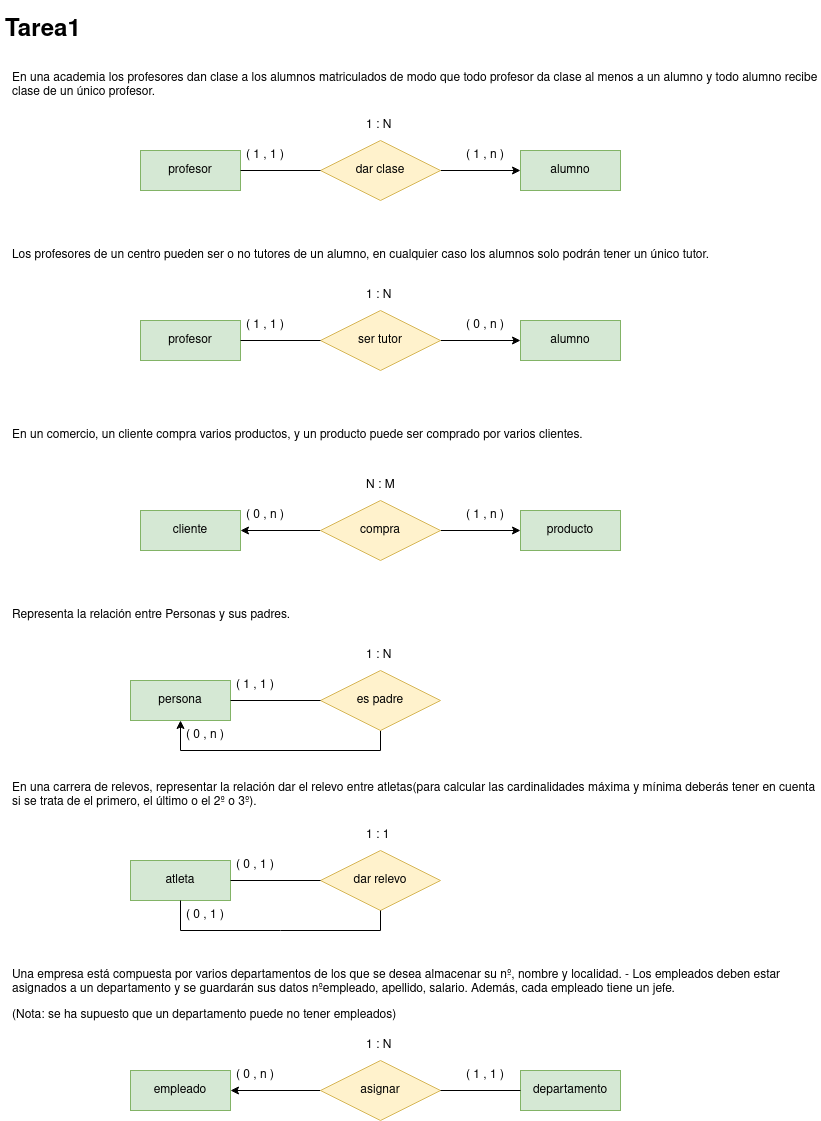
Above: tareasER/tarea1.png in javigh193/bae (draw.io), before the change. Source tidied: cells renumbered, new cells last; positions are measured from the earlier drawing's top-left corner, leaving out a move shared by most shapes. Source of this version:
```xml
<mxGraphModel>
  <root>
    <mxCell id="0" />
    <mxCell id="1" parent="0" />
    <mxCell id="2" value="&lt;h1&gt;Tarea1&lt;br&gt;&lt;/h1&gt;" style="text;html=1;strokeColor=none;fillColor=none;spacing=5;spacingTop=-20;whiteSpace=wrap;overflow=hidden;rounded=0;" parent="1" vertex="1">
      <mxGeometry width="810" height="40" as="geometry" />
    </mxCell>
    <mxCell id="3" value="En una academia los profesores dan clase a los alumnos matriculados de modo que todo profesor da clase al menos a un alumno y todo alumno recibe clase de un único profesor." style="text;html=1;strokeColor=none;fillColor=none;align=left;verticalAlign=middle;whiteSpace=wrap;rounded=0;" parent="1" vertex="1">
      <mxGeometry x="10" y="40" width="810" height="70" as="geometry" />
    </mxCell>
    <mxCell id="4" value="profesor" style="whiteSpace=wrap;html=1;align=center;fillColor=#d5e8d4;strokeColor=#82b366;" parent="1" vertex="1">
      <mxGeometry x="140" y="140" width="100" height="40" as="geometry" />
    </mxCell>
    <mxCell id="5" value="alumno" style="whiteSpace=wrap;html=1;align=center;fillColor=#d5e8d4;strokeColor=#82b366;" parent="1" vertex="1">
      <mxGeometry x="520" y="140" width="100" height="40" as="geometry" />
    </mxCell>
    <mxCell id="6" style="edgeStyle=orthogonalEdgeStyle;rounded=0;jettySize=auto;html=1;entryX=0;entryY=0.5;entryDx=0;entryDy=0;" parent="1" edge="1" source="7" target="5">
      <mxGeometry relative="1" as="geometry" />
    </mxCell>
    <mxCell id="7" value="dar clase" style="shape=rhombus;perimeter=rhombusPerimeter;whiteSpace=wrap;html=1;align=center;fillColor=#fff2cc;strokeColor=#d6b656;" parent="1" vertex="1">
      <mxGeometry x="320" y="130" width="120" height="60" as="geometry" />
    </mxCell>
    <mxCell id="8" style="endArrow=none;html=1;rounded=0;exitX=0;exitY=0.5;exitDx=0;exitDy=0;entryX=1;entryY=0.5;entryDx=0;entryDy=0;" parent="1" edge="1" source="7" target="4">
      <mxGeometry relative="1" as="geometry" />
    </mxCell>
    <mxCell id="9" value="( 1 , n )" style="text;strokeColor=none;fillColor=none;spacingLeft=4;spacingRight=4;overflow=hidden;fontSize=12;" parent="1" vertex="1">
      <mxGeometry x="460" y="130" width="60" height="30" as="geometry" />
    </mxCell>
    <mxCell id="10" value="( 1 , 1 )" style="text;strokeColor=none;fillColor=none;spacingLeft=4;spacingRight=4;overflow=hidden;fontSize=12;" parent="1" vertex="1">
      <mxGeometry x="240" y="130" width="60" height="30" as="geometry" />
    </mxCell>
    <mxCell id="11" value="1 : N" style="text;strokeColor=none;fillColor=none;spacingLeft=4;spacingRight=4;overflow=hidden;fontSize=12;" parent="1" vertex="1">
      <mxGeometry x="360" y="100" width="40" height="30" as="geometry" />
    </mxCell>
    <mxCell id="12" value="Los profesores de un centro pueden ser o no tutores de un alumno, en cualquier caso los alumnos solo podrán tener un único tutor." style="text;html=1;strokeColor=none;fillColor=none;align=left;verticalAlign=middle;whiteSpace=wrap;rounded=0;" parent="1" vertex="1">
      <mxGeometry x="10" y="210" width="810" height="70" as="geometry" />
    </mxCell>
    <mxCell id="13" value="profesor" style="whiteSpace=wrap;html=1;align=center;fillColor=#d5e8d4;strokeColor=#82b366;" parent="1" vertex="1">
      <mxGeometry x="140" y="310" width="100" height="40" as="geometry" />
    </mxCell>
    <mxCell id="14" value="alumno" style="whiteSpace=wrap;html=1;align=center;fillColor=#d5e8d4;strokeColor=#82b366;" parent="1" vertex="1">
      <mxGeometry x="520" y="310" width="100" height="40" as="geometry" />
    </mxCell>
    <mxCell id="15" style="edgeStyle=orthogonalEdgeStyle;rounded=0;jettySize=auto;html=1;entryX=0;entryY=0.5;entryDx=0;entryDy=0;" parent="1" edge="1" source="16" target="14">
      <mxGeometry relative="1" as="geometry" />
    </mxCell>
    <mxCell id="16" value="ser tutor" style="shape=rhombus;perimeter=rhombusPerimeter;whiteSpace=wrap;html=1;align=center;fillColor=#fff2cc;strokeColor=#d6b656;" parent="1" vertex="1">
      <mxGeometry x="320" y="300" width="120" height="60" as="geometry" />
    </mxCell>
    <mxCell id="17" style="endArrow=none;html=1;rounded=0;exitX=1;exitY=0.5;exitDx=0;exitDy=0;entryX=0;entryY=0.5;entryDx=0;entryDy=0;" parent="1" edge="1" source="13" target="16">
      <mxGeometry relative="1" as="geometry" />
    </mxCell>
    <mxCell id="18" value="( 0 , n )" style="text;strokeColor=none;fillColor=none;spacingLeft=4;spacingRight=4;overflow=hidden;fontSize=12;" parent="1" vertex="1">
      <mxGeometry x="460" y="300" width="60" height="30" as="geometry" />
    </mxCell>
    <mxCell id="19" value="( 1 , 1 )" style="text;strokeColor=none;fillColor=none;spacingLeft=4;spacingRight=4;overflow=hidden;fontSize=12;" parent="1" vertex="1">
      <mxGeometry x="240" y="300" width="60" height="30" as="geometry" />
    </mxCell>
    <mxCell id="20" value="1 : N" style="text;strokeColor=none;fillColor=none;spacingLeft=4;spacingRight=4;overflow=hidden;fontSize=12;" parent="1" vertex="1">
      <mxGeometry x="360" y="270" width="40" height="30" as="geometry" />
    </mxCell>
    <mxCell id="21" value="En un comercio, un cliente compra varios productos, y un producto puede ser comprado por varios clientes." style="text;html=1;strokeColor=none;fillColor=none;align=left;verticalAlign=middle;whiteSpace=wrap;rounded=0;" parent="1" vertex="1">
      <mxGeometry x="10" y="390" width="810" height="70" as="geometry" />
    </mxCell>
    <mxCell id="22" value="cliente" style="whiteSpace=wrap;html=1;align=center;fillColor=#d5e8d4;strokeColor=#82b366;" parent="1" vertex="1">
      <mxGeometry x="140" y="500" width="100" height="40" as="geometry" />
    </mxCell>
    <mxCell id="23" value="producto" style="whiteSpace=wrap;html=1;align=center;fillColor=#d5e8d4;strokeColor=#82b366;" parent="1" vertex="1">
      <mxGeometry x="520" y="500" width="100" height="40" as="geometry" />
    </mxCell>
    <mxCell id="24" style="edgeStyle=orthogonalEdgeStyle;rounded=0;jettySize=auto;html=1;entryX=0;entryY=0.5;entryDx=0;entryDy=0;" parent="1" edge="1" source="26" target="23">
      <mxGeometry relative="1" as="geometry" />
    </mxCell>
    <mxCell id="25" style="edgeStyle=orthogonalEdgeStyle;rounded=0;jettySize=auto;html=1;" parent="1" edge="1" source="26" target="22">
      <mxGeometry relative="1" as="geometry" />
    </mxCell>
    <mxCell id="26" value="compra" style="shape=rhombus;perimeter=rhombusPerimeter;whiteSpace=wrap;html=1;align=center;fillColor=#fff2cc;strokeColor=#d6b656;" parent="1" vertex="1">
      <mxGeometry x="320" y="490" width="120" height="60" as="geometry" />
    </mxCell>
    <mxCell id="27" value="( 1 , n )" style="text;strokeColor=none;fillColor=none;spacingLeft=4;spacingRight=4;overflow=hidden;fontSize=12;" parent="1" vertex="1">
      <mxGeometry x="460" y="490" width="60" height="30" as="geometry" />
    </mxCell>
    <mxCell id="28" value="( 0 , n )" style="text;strokeColor=none;fillColor=none;spacingLeft=4;spacingRight=4;overflow=hidden;fontSize=12;" parent="1" vertex="1">
      <mxGeometry x="240" y="490" width="60" height="30" as="geometry" />
    </mxCell>
    <mxCell id="29" value="N : M" style="text;strokeColor=none;fillColor=none;spacingLeft=4;spacingRight=4;overflow=hidden;fontSize=12;" parent="1" vertex="1">
      <mxGeometry x="360" y="460" width="40" height="30" as="geometry" />
    </mxCell>
    <mxCell id="30" value="Representa la relación entre Personas y sus padres." style="text;html=1;strokeColor=none;fillColor=none;align=left;verticalAlign=middle;whiteSpace=wrap;rounded=0;" parent="1" vertex="1">
      <mxGeometry x="10" y="570" width="810" height="70" as="geometry" />
    </mxCell>
    <mxCell id="31" value="persona" style="whiteSpace=wrap;html=1;align=center;fillColor=#d5e8d4;strokeColor=#82b366;" parent="1" vertex="1">
      <mxGeometry x="130" y="670" width="100" height="40" as="geometry" />
    </mxCell>
    <mxCell id="32" style="edgeStyle=orthogonalEdgeStyle;rounded=0;jettySize=auto;html=1;entryX=0.5;entryY=1;entryDx=0;entryDy=0;" parent="1" edge="1" source="33" target="31">
      <mxGeometry relative="1" as="geometry">
        <Array as="points">
          <mxPoint x="380" y="740" />
          <mxPoint x="180" y="740" />
        </Array>
      </mxGeometry>
    </mxCell>
    <mxCell id="33" value="es padre " style="shape=rhombus;perimeter=rhombusPerimeter;whiteSpace=wrap;html=1;align=center;fillColor=#fff2cc;strokeColor=#d6b656;" parent="1" vertex="1">
      <mxGeometry x="320" y="660" width="120" height="60" as="geometry" />
    </mxCell>
    <mxCell id="34" style="endArrow=none;html=1;rounded=0;exitX=0;exitY=0.5;exitDx=0;exitDy=0;entryX=1;entryY=0.5;entryDx=0;entryDy=0;" parent="1" edge="1" source="33" target="31">
      <mxGeometry relative="1" as="geometry" />
    </mxCell>
    <mxCell id="35" value="( 0 , n )" style="text;strokeColor=none;fillColor=none;spacingLeft=4;spacingRight=4;overflow=hidden;fontSize=12;" parent="1" vertex="1">
      <mxGeometry x="180" y="710" width="60" height="30" as="geometry" />
    </mxCell>
    <mxCell id="36" value="( 1 , 1 )" style="text;strokeColor=none;fillColor=none;spacingLeft=4;spacingRight=4;overflow=hidden;fontSize=12;" parent="1" vertex="1">
      <mxGeometry x="230" y="660" width="60" height="30" as="geometry" />
    </mxCell>
    <mxCell id="37" value="1 : N" style="text;strokeColor=none;fillColor=none;spacingLeft=4;spacingRight=4;overflow=hidden;fontSize=12;" parent="1" vertex="1">
      <mxGeometry x="360" y="630" width="40" height="30" as="geometry" />
    </mxCell>
    <mxCell id="38" value="En una carrera de relevos, representar la relación dar el relevo entre atletas(para calcular las cardinalidades máxima y mínima deberás tener en cuenta si se trata de el primero, el último o el 2º o 3º)." style="text;html=1;strokeColor=none;fillColor=none;align=left;verticalAlign=middle;whiteSpace=wrap;rounded=0;" parent="1" vertex="1">
      <mxGeometry x="10" y="750" width="810" height="70" as="geometry" />
    </mxCell>
    <mxCell id="39" value="atleta" style="whiteSpace=wrap;html=1;align=center;fillColor=#d5e8d4;strokeColor=#82b366;" parent="1" vertex="1">
      <mxGeometry x="130" y="850" width="100" height="40" as="geometry" />
    </mxCell>
    <mxCell id="40" value="dar relevo" style="shape=rhombus;perimeter=rhombusPerimeter;whiteSpace=wrap;html=1;align=center;fillColor=#fff2cc;strokeColor=#d6b656;" parent="1" vertex="1">
      <mxGeometry x="320" y="840" width="120" height="60" as="geometry" />
    </mxCell>
    <mxCell id="41" style="endArrow=none;html=1;rounded=0;exitX=0;exitY=0.5;exitDx=0;exitDy=0;entryX=1;entryY=0.5;entryDx=0;entryDy=0;" parent="1" edge="1" source="40" target="39">
      <mxGeometry relative="1" as="geometry" />
    </mxCell>
    <mxCell id="42" value="( 0 , 1 )" style="text;strokeColor=none;fillColor=none;spacingLeft=4;spacingRight=4;overflow=hidden;fontSize=12;" parent="1" vertex="1">
      <mxGeometry x="230" y="840" width="60" height="30" as="geometry" />
    </mxCell>
    <mxCell id="43" value="( 0 , 1 )" style="text;strokeColor=none;fillColor=none;spacingLeft=4;spacingRight=4;overflow=hidden;fontSize=12;" parent="1" vertex="1">
      <mxGeometry x="180" y="890" width="60" height="30" as="geometry" />
    </mxCell>
    <mxCell id="44" value="1 : 1" style="text;strokeColor=none;fillColor=none;spacingLeft=4;spacingRight=4;overflow=hidden;fontSize=12;" parent="1" vertex="1">
      <mxGeometry x="360" y="810" width="40" height="30" as="geometry" />
    </mxCell>
    <mxCell id="45" style="endArrow=none;html=1;rounded=0;exitX=0.5;exitY=1;exitDx=0;exitDy=0;entryX=0.5;entryY=1;entryDx=0;entryDy=0;" parent="1" edge="1" source="39" target="40">
      <mxGeometry relative="1" as="geometry">
        <Array as="points">
          <mxPoint x="180" y="920" />
          <mxPoint x="280" y="920" />
          <mxPoint x="380" y="920" />
        </Array>
      </mxGeometry>
    </mxCell>
    <mxCell id="46" value="&lt;p dir=&quot;auto&quot;&gt;Una empresa está compuesta por varios departamentos de los que se desea almacenar su nº, nombre y localidad. - Los empleados deben estar asignados a un departamento y se guardarán sus datos nºempleado, apellido, salario. Además, cada empleado tiene un jefe.&lt;br&gt;&lt;/p&gt;&lt;p dir=&quot;auto&quot;&gt;(Nota: se ha supuesto que un departamento puede no tener empleados)&lt;/p&gt;" style="text;html=1;strokeColor=none;fillColor=none;align=left;verticalAlign=middle;whiteSpace=wrap;rounded=0;" parent="1" vertex="1">
      <mxGeometry x="10" y="950" width="810" height="70" as="geometry" />
    </mxCell>
    <mxCell id="47" value="empleado" style="whiteSpace=wrap;html=1;align=center;fillColor=#d5e8d4;strokeColor=#82b366;" parent="1" vertex="1">
      <mxGeometry x="130" y="1060" width="100" height="40" as="geometry" />
    </mxCell>
    <mxCell id="48" value="departamento" style="whiteSpace=wrap;html=1;align=center;fillColor=#d5e8d4;strokeColor=#82b366;" parent="1" vertex="1">
      <mxGeometry x="520" y="1060" width="100" height="40" as="geometry" />
    </mxCell>
    <mxCell id="49" style="edgeStyle=orthogonalEdgeStyle;rounded=0;jettySize=auto;html=1;entryX=1;entryY=0.5;entryDx=0;entryDy=0;" parent="1" edge="1" source="50" target="47">
      <mxGeometry relative="1" as="geometry" />
    </mxCell>
    <mxCell id="50" value="asignar" style="shape=rhombus;perimeter=rhombusPerimeter;whiteSpace=wrap;html=1;align=center;fillColor=#fff2cc;strokeColor=#d6b656;" parent="1" vertex="1">
      <mxGeometry x="320" y="1050" width="120" height="60" as="geometry" />
    </mxCell>
    <mxCell id="51" style="endArrow=none;html=1;rounded=0;exitX=0;exitY=0.5;exitDx=0;exitDy=0;entryX=1;entryY=0.5;entryDx=0;entryDy=0;" parent="1" edge="1" source="48" target="50">
      <mxGeometry relative="1" as="geometry" />
    </mxCell>
    <mxCell id="52" value="( 1 , 1 )" style="text;strokeColor=none;fillColor=none;spacingLeft=4;spacingRight=4;overflow=hidden;fontSize=12;" parent="1" vertex="1">
      <mxGeometry x="460" y="1050" width="60" height="30" as="geometry" />
    </mxCell>
    <mxCell id="53" value="( 0 , n )" style="text;strokeColor=none;fillColor=none;spacingLeft=4;spacingRight=4;overflow=hidden;fontSize=12;" parent="1" vertex="1">
      <mxGeometry x="230" y="1050" width="60" height="30" as="geometry" />
    </mxCell>
    <mxCell id="54" value="1 : N" style="text;strokeColor=none;fillColor=none;spacingLeft=4;spacingRight=4;overflow=hidden;fontSize=12;" parent="1" vertex="1">
      <mxGeometry x="360" y="1020" width="40" height="30" as="geometry" />
    </mxCell>
  </root>
</mxGraphModel>
```
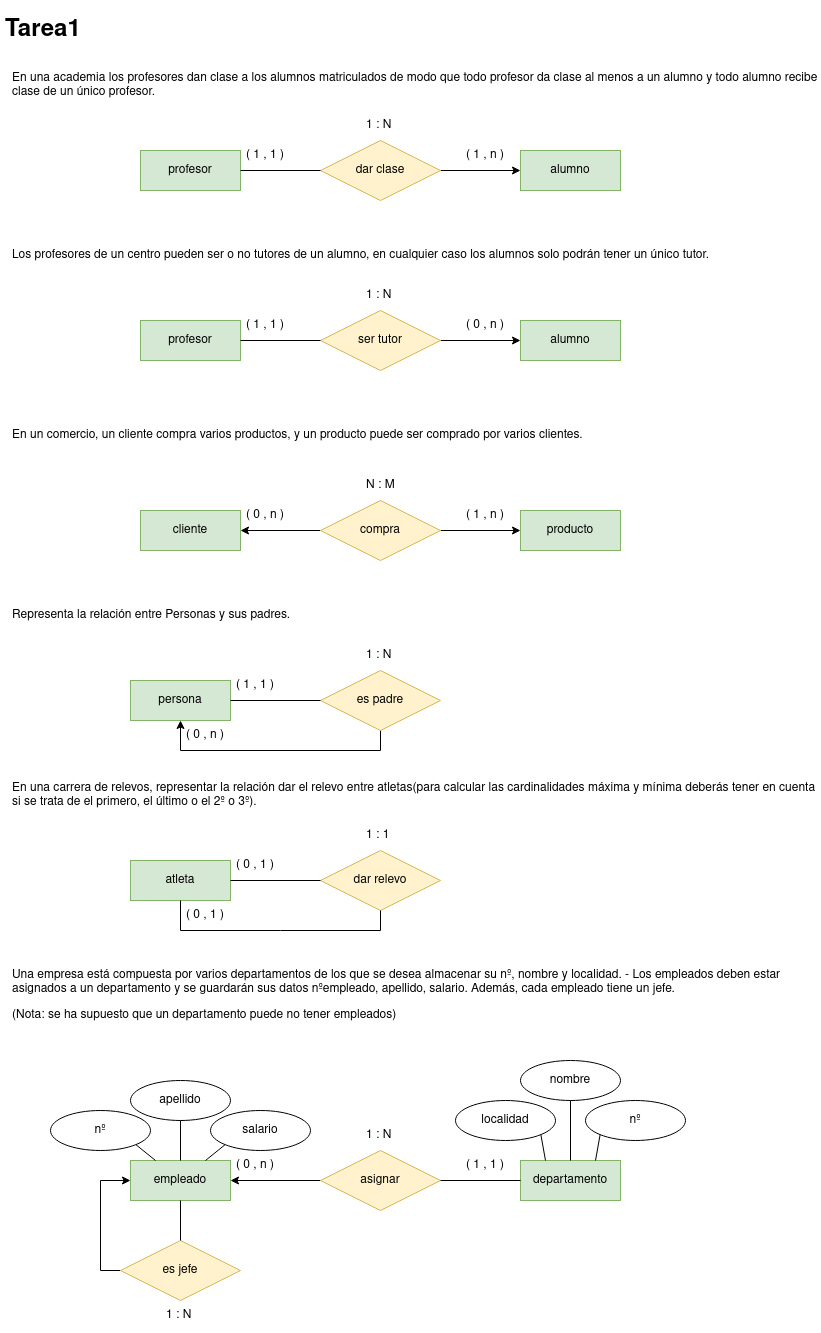
Above is the later version.

Change to the diagram source:
```diff
@@ -149,28 +149,81 @@
       <mxGeometry x="10" y="950" width="810" height="70" as="geometry" />
     </mxCell>
     <mxCell id="47" value="empleado" style="whiteSpace=wrap;html=1;align=center;fillColor=#d5e8d4;strokeColor=#82b366;" parent="1" vertex="1">
-      <mxGeometry x="130" y="1060" width="100" height="40" as="geometry" />
+      <mxGeometry x="130" y="1150" width="100" height="40" as="geometry" />
     </mxCell>
     <mxCell id="48" value="departamento" style="whiteSpace=wrap;html=1;align=center;fillColor=#d5e8d4;strokeColor=#82b366;" parent="1" vertex="1">
-      <mxGeometry x="520" y="1060" width="100" height="40" as="geometry" />
+      <mxGeometry x="520" y="1150" width="100" height="40" as="geometry" />
     </mxCell>
     <mxCell id="49" style="edgeStyle=orthogonalEdgeStyle;rounded=0;jettySize=auto;html=1;entryX=1;entryY=0.5;entryDx=0;entryDy=0;" parent="1" edge="1" source="50" target="47">
       <mxGeometry relative="1" as="geometry" />
     </mxCell>
     <mxCell id="50" value="asignar" style="shape=rhombus;perimeter=rhombusPerimeter;whiteSpace=wrap;html=1;align=center;fillColor=#fff2cc;strokeColor=#d6b656;" parent="1" vertex="1">
-      <mxGeometry x="320" y="1050" width="120" height="60" as="geometry" />
+      <mxGeometry x="320" y="1140" width="120" height="60" as="geometry" />
     </mxCell>
     <mxCell id="51" style="endArrow=none;html=1;rounded=0;exitX=0;exitY=0.5;exitDx=0;exitDy=0;entryX=1;entryY=0.5;entryDx=0;entryDy=0;" parent="1" edge="1" source="48" target="50">
       <mxGeometry relative="1" as="geometry" />
     </mxCell>
     <mxCell id="52" value="( 1 , 1 )" style="text;strokeColor=none;fillColor=none;spacingLeft=4;spacingRight=4;overflow=hidden;fontSize=12;" parent="1" vertex="1">
-      <mxGeometry x="460" y="1050" width="60" height="30" as="geometry" />
+      <mxGeometry x="460" y="1140" width="60" height="30" as="geometry" />
     </mxCell>
     <mxCell id="53" value="( 0 , n )" style="text;strokeColor=none;fillColor=none;spacingLeft=4;spacingRight=4;overflow=hidden;fontSize=12;" parent="1" vertex="1">
-      <mxGeometry x="230" y="1050" width="60" height="30" as="geometry" />
+      <mxGeometry x="230" y="1140" width="60" height="30" as="geometry" />
     </mxCell>
     <mxCell id="54" value="1 : N" style="text;strokeColor=none;fillColor=none;spacingLeft=4;spacingRight=4;overflow=hidden;fontSize=12;" parent="1" vertex="1">
-      <mxGeometry x="360" y="1020" width="40" height="30" as="geometry" />
+      <mxGeometry x="360" y="1110" width="40" height="30" as="geometry" />
     </mxCell>
+    <mxCell id="55" value="nº" style="ellipse;whiteSpace=wrap;html=1;align=center;" parent="1" vertex="1">
+      <mxGeometry x="585" y="1090" width="100" height="40" as="geometry" />
+    </mxCell>
+    <mxCell id="56" value="nombre" style="ellipse;whiteSpace=wrap;html=1;align=center;" parent="1" vertex="1">
+      <mxGeometry x="520" y="1050" width="100" height="40" as="geometry" />
+    </mxCell>
+    <mxCell id="57" value="localidad" style="ellipse;whiteSpace=wrap;html=1;align=center;" parent="1" vertex="1">
+      <mxGeometry x="455" y="1090" width="100" height="40" as="geometry" />
+    </mxCell>
+    <mxCell id="58" style="edgeStyle=orthogonalEdgeStyle;rounded=0;jettySize=auto;html=1;entryX=0;entryY=0.5;entryDx=0;entryDy=0;" parent="1" edge="1" source="59" target="47">
+      <mxGeometry relative="1" as="geometry">
+        <Array as="points">
+          <mxPoint x="100" y="1260" />
+          <mxPoint x="100" y="1170" />
+        </Array>
+      </mxGeometry>
+    </mxCell>
+    <mxCell id="59" value="es jefe" style="shape=rhombus;perimeter=rhombusPerimeter;whiteSpace=wrap;html=1;align=center;fillColor=#fff2cc;strokeColor=#d6b656;" parent="1" vertex="1">
+      <mxGeometry x="120" y="1230" width="120" height="60" as="geometry" />
+    </mxCell>
+    <mxCell id="60" style="endArrow=none;html=1;rounded=0;exitX=0.5;exitY=1;exitDx=0;exitDy=0;entryX=0.5;entryY=0;entryDx=0;entryDy=0;" parent="1" edge="1" source="47" target="59">
+      <mxGeometry relative="1" as="geometry" />
+    </mxCell>
+    <mxCell id="61" value="1 : N" style="text;strokeColor=none;fillColor=none;spacingLeft=4;spacingRight=4;overflow=hidden;fontSize=12;" parent="1" vertex="1">
+      <mxGeometry x="160" y="1290" width="40" height="30" as="geometry" />
+    </mxCell>
+    <mxCell id="62" value="nº" style="ellipse;whiteSpace=wrap;html=1;align=center;" parent="1" vertex="1">
+      <mxGeometry x="50" y="1100" width="100" height="40" as="geometry" />
+    </mxCell>
+    <mxCell id="63" value="apellido" style="ellipse;whiteSpace=wrap;html=1;align=center;" parent="1" vertex="1">
+      <mxGeometry x="130" y="1070" width="100" height="40" as="geometry" />
+    </mxCell>
+    <mxCell id="64" value="salario" style="ellipse;whiteSpace=wrap;html=1;align=center;" parent="1" vertex="1">
+      <mxGeometry x="210" y="1100" width="100" height="40" as="geometry" />
+    </mxCell>
+    <mxCell id="65" style="endArrow=none;html=1;rounded=0;exitX=0;exitY=1;exitDx=0;exitDy=0;entryX=0.75;entryY=0;entryDx=0;entryDy=0;" parent="1" edge="1" source="64" target="47">
+      <mxGeometry relative="1" as="geometry" />
+    </mxCell>
+    <mxCell id="66" style="endArrow=none;html=1;rounded=0;exitX=1;exitY=1;exitDx=0;exitDy=0;entryX=0.25;entryY=0;entryDx=0;entryDy=0;" parent="1" edge="1" source="62" target="47">
+      <mxGeometry relative="1" as="geometry" />
+    </mxCell>
+    <mxCell id="67" style="endArrow=none;html=1;rounded=0;exitX=0.5;exitY=1;exitDx=0;exitDy=0;entryX=0.5;entryY=0;entryDx=0;entryDy=0;" parent="1" edge="1" source="63" target="47">
+      <mxGeometry relative="1" as="geometry" />
+    </mxCell>
+    <mxCell id="68" style="endArrow=none;html=1;rounded=0;exitX=0.5;exitY=1;exitDx=0;exitDy=0;entryX=0.5;entryY=0;entryDx=0;entryDy=0;" parent="1" edge="1" source="56" target="48">
+      <mxGeometry relative="1" as="geometry" />
+    </mxCell>
+    <mxCell id="69" style="endArrow=none;html=1;rounded=0;exitX=1;exitY=1;exitDx=0;exitDy=0;entryX=0.25;entryY=0;entryDx=0;entryDy=0;" parent="1" edge="1" source="57" target="48">
+      <mxGeometry relative="1" as="geometry" />
+    </mxCell>
+    <mxCell id="70" style="endArrow=none;html=1;rounded=0;exitX=0;exitY=1;exitDx=0;exitDy=0;entryX=0.75;entryY=0;entryDx=0;entryDy=0;" parent="1" edge="1" source="55" target="48">
+      <mxGeometry relative="1" as="geometry" />
+    </mxCell>
   </root>
 </mxGraphModel>
```
